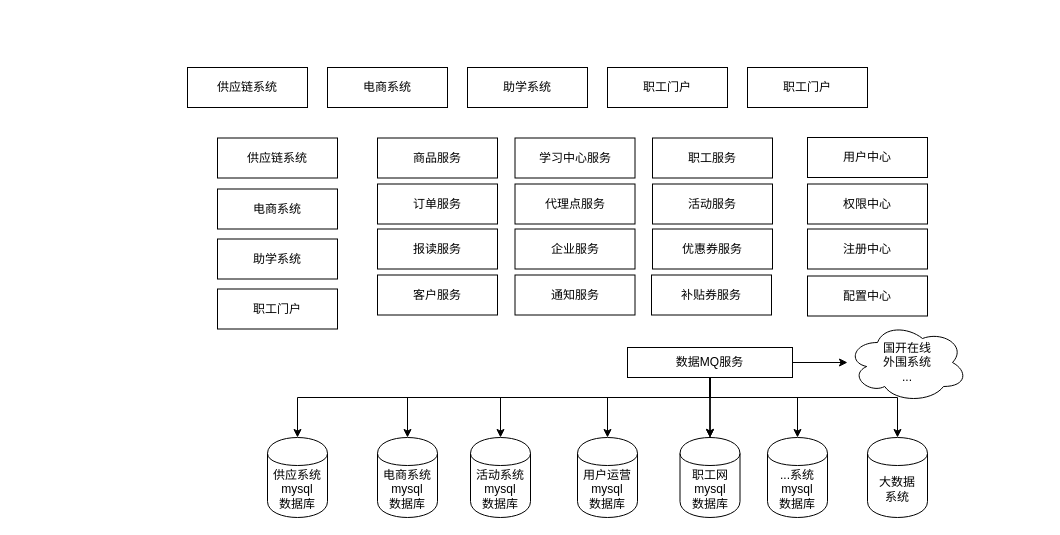
Above: page "Page-3" (3 of 4) of workeredu/求学圆梦项目流程.drawio in kinvensan/drawio (draw.io), before the change. Source tidied: cells renumbered, new cells numbered last; positions are measured from the earlier drawing's top-left corner, leaving out a move shared by most shapes. Both pictures are drawn from the tidied source at 100%, with x=0, y=0 at pixel (187, 67).
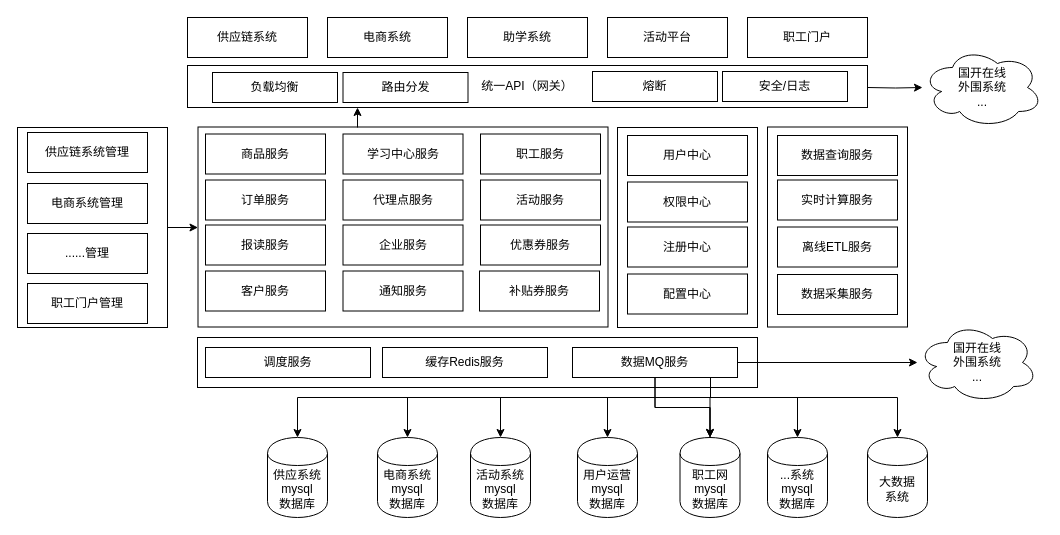
Above is the later version.

Commit message:
Update 求学圆梦项目流程.drawio

Diff of the diagram source:
```diff
@@
+    <mxCell id="45" style="rounded=0;whiteSpace=wrap;html=1;" parent="1" vertex="1">
+      <mxGeometry x="10" y="270" width="560" height="50" as="geometry" />
+    </mxCell>
+    <mxCell id="46" style="edgeStyle=orthogonalEdgeStyle;rounded=0;jettySize=auto;html=1;exitX=1;exitY=0.5;exitDx=0;exitDy=0;entryX=0;entryY=0.5;entryDx=0;entryDy=0;" parent="1" edge="1" source="47" target="49">
+      <mxGeometry relative="1" as="geometry" />
+    </mxCell>
+    <mxCell id="47" style="rounded=0;whiteSpace=wrap;html=1;" parent="1" vertex="1">
+      <mxGeometry x="-170" y="60" width="150" height="200" as="geometry" />
+    </mxCell>
+    <mxCell id="48" style="rounded=0;whiteSpace=wrap;html=1;" parent="1" vertex="1">
+      <mxGeometry x="430" y="60" width="140" height="200" as="geometry" />
+    </mxCell>
+    <mxCell id="49" style="rounded=0;whiteSpace=wrap;html=1;" parent="1" vertex="1">
+      <mxGeometry x="10.5" y="59.5" width="410" height="200" as="geometry" />
+    </mxCell>
     <mxCell id="2" value="代理点服务" style="rounded=0;whiteSpace=wrap;html=1;" parent="1" vertex="1">
-      <mxGeometry x="327.5" y="116.5" width="120" height="40" as="geometry" />
+      <mxGeometry x="155.5" y="112.5" width="120" height="40" as="geometry" />
     </mxCell>
     <mxCell id="3" value="商品服务" style="rounded=0;whiteSpace=wrap;html=1;" parent="1" vertex="1">
-      <mxGeometry x="190" y="70.5" width="120" height="40" as="geometry" />
+      <mxGeometry x="18" y="66.5" width="120" height="40" as="geometry" />
     </mxCell>
     <mxCell id="4" value="订单服务" style="rounded=0;whiteSpace=wrap;html=1;" parent="1" vertex="1">
-      <mxGeometry x="190" y="116.5" width="120" height="40" as="geometry" />
+      <mxGeometry x="18" y="112.5" width="120" height="40" as="geometry" />
     </mxCell>
     <mxCell id="5" value="报读服务" style="rounded=0;whiteSpace=wrap;html=1;" parent="1" vertex="1">
-      <mxGeometry x="190" y="161.5" width="120" height="40" as="geometry" />
+      <mxGeometry x="18" y="157.5" width="120" height="40" as="geometry" />
     </mxCell>
     <mxCell id="6" value="企业服务" style="rounded=0;whiteSpace=wrap;html=1;" parent="1" vertex="1">
-      <mxGeometry x="327.5" y="161.5" width="120" height="40" as="geometry" />
+      <mxGeometry x="155.5" y="157.5" width="120" height="40" as="geometry" />
     </mxCell>
@@
     <mxCell id="13" value="国开在线&lt;br&gt;外围系统&lt;br&gt;..." style="ellipse;shape=cloud;whiteSpace=wrap;html=1;" parent="1" vertex="1">
-      <mxGeometry x="660" y="255" width="120" height="80" as="geometry" />
+      <mxGeometry x="730" y="255" width="120" height="80" as="geometry" />
     </mxCell>
@@
     <mxCell id="22" value="数据MQ服务" style="rounded=0;whiteSpace=wrap;html=1;" parent="1" vertex="1">
-      <mxGeometry x="440" y="280" width="165" height="30" as="geometry" />
+      <mxGeometry x="385" y="280" width="165" height="30" as="geometry" />
     </mxCell>
@@
     <mxCell id="25" value="客户服务" style="rounded=0;whiteSpace=wrap;html=1;" parent="1" vertex="1">
-      <mxGeometry x="190" y="207.5" width="120" height="40" as="geometry" />
+      <mxGeometry x="18" y="203.5" width="120" height="40" as="geometry" />
     </mxCell>
     <mxCell id="26" value="通知服务" style="rounded=0;whiteSpace=wrap;html=1;" parent="1" vertex="1">
-      <mxGeometry x="327.5" y="207.5" width="120" height="40" as="geometry" />
+      <mxGeometry x="155.5" y="203.5" width="120" height="40" as="geometry" />
     </mxCell>
     <mxCell id="27" value="学习中心服务" style="rounded=0;whiteSpace=wrap;html=1;" parent="1" vertex="1">
-      <mxGeometry x="327.5" y="70.5" width="120" height="40" as="geometry" />
+      <mxGeometry x="155.5" y="66.5" width="120" height="40" as="geometry" />
     </mxCell>
     <mxCell id="28" value="职工服务" style="rounded=0;whiteSpace=wrap;html=1;" parent="1" vertex="1">
-      <mxGeometry x="465" y="70.5" width="120" height="40" as="geometry" />
+      <mxGeometry x="293" y="66.5" width="120" height="40" as="geometry" />
     </mxCell>
-    <mxCell id="29" value="供应链系统" style="rounded=0;whiteSpace=wrap;html=1;" parent="1" vertex="1">
-      <mxGeometry x="30" y="70.5" width="120" height="40" as="geometry" />
+    <mxCell id="29" value="供应链系统管理" style="rounded=0;whiteSpace=wrap;html=1;" parent="1" vertex="1">
+      <mxGeometry x="-160" y="65" width="120" height="40" as="geometry" />
     </mxCell>
     <mxCell id="30" value="活动服务" style="rounded=0;whiteSpace=wrap;html=1;" parent="1" vertex="1">
-      <mxGeometry x="465" y="116.5" width="120" height="40" as="geometry" />
+      <mxGeometry x="293" y="112.5" width="120" height="40" as="geometry" />
     </mxCell>
     <mxCell id="31" value="优惠券服务" style="rounded=0;whiteSpace=wrap;html=1;" parent="1" vertex="1">
-      <mxGeometry x="465" y="161.5" width="120" height="40" as="geometry" />
+      <mxGeometry x="293" y="157.5" width="120" height="40" as="geometry" />
     </mxCell>
     <mxCell id="32" value="补贴券服务" style="rounded=0;whiteSpace=wrap;html=1;" parent="1" vertex="1">
-      <mxGeometry x="464" y="207.5" width="120" height="40" as="geometry" />
+      <mxGeometry x="292" y="203.5" width="120" height="40" as="geometry" />
     </mxCell>
-    <mxCell id="33" value="电商系统" style="rounded=0;whiteSpace=wrap;html=1;" parent="1" vertex="1">
-      <mxGeometry x="30" y="121.5" width="120" height="40" as="geometry" />
+    <mxCell id="33" value="电商系统管理" style="rounded=0;whiteSpace=wrap;html=1;" parent="1" vertex="1">
+      <mxGeometry x="-160" y="116" width="120" height="40" as="geometry" />
     </mxCell>
-    <mxCell id="34" value="助学系统" style="rounded=0;whiteSpace=wrap;html=1;" parent="1" vertex="1">
-      <mxGeometry x="30" y="171.5" width="120" height="40" as="geometry" />
+    <mxCell id="34" value="......管理" style="rounded=0;whiteSpace=wrap;html=1;" parent="1" vertex="1">
+      <mxGeometry x="-160" y="166" width="120" height="40" as="geometry" />
     </mxCell>
-    <mxCell id="35" value="职工门户" style="rounded=0;whiteSpace=wrap;html=1;" parent="1" vertex="1">
-      <mxGeometry x="30" y="221.5" width="120" height="40" as="geometry" />
+    <mxCell id="35" value="职工门户管理" style="rounded=0;whiteSpace=wrap;html=1;" parent="1" vertex="1">
+      <mxGeometry x="-160" y="216" width="120" height="40" as="geometry" />
     </mxCell>
     <mxCell id="36" value="用户中心" style="rounded=0;whiteSpace=wrap;html=1;" parent="1" vertex="1">
-      <mxGeometry x="620" y="70" width="120" height="40" as="geometry" />
+      <mxGeometry x="440" y="68" width="120" height="40" as="geometry" />
     </mxCell>
     <mxCell id="37" value="权限中心" style="rounded=0;whiteSpace=wrap;html=1;" parent="1" vertex="1">
-      <mxGeometry x="620" y="116.5" width="120" height="40" as="geometry" />
+      <mxGeometry x="440" y="114.5" width="120" height="40" as="geometry" />
     </mxCell>
     <mxCell id="38" value="注册中心" style="rounded=0;whiteSpace=wrap;html=1;" parent="1" vertex="1">
-      <mxGeometry x="620" y="161.5" width="120" height="40" as="geometry" />
+      <mxGeometry x="440" y="159.5" width="120" height="40" as="geometry" />
     </mxCell>
     <mxCell id="39" value="配置中心" style="rounded=0;whiteSpace=wrap;html=1;" parent="1" vertex="1">
-      <mxGeometry x="620" y="208.5" width="120" height="40" as="geometry" />
+      <mxGeometry x="440" y="206.5" width="120" height="40" as="geometry" />
     </mxCell>
     <mxCell id="40" value="供应链系统" style="rounded=0;whiteSpace=wrap;html=1;" parent="1" vertex="1">
-      <mxGeometry width="120" height="40" as="geometry" />
+      <mxGeometry y="-50" width="120" height="40" as="geometry" />
     </mxCell>
     <mxCell id="41" value="电商系统" style="rounded=0;whiteSpace=wrap;html=1;" parent="1" vertex="1">
-      <mxGeometry x="140" width="120" height="40" as="geometry" />
+      <mxGeometry x="140" y="-50" width="120" height="40" as="geometry" />
     </mxCell>
     <mxCell id="42" value="助学系统" style="rounded=0;whiteSpace=wrap;html=1;" parent="1" vertex="1">
-      <mxGeometry x="280" width="120" height="40" as="geometry" />
+      <mxGeometry x="280" y="-50" width="120" height="40" as="geometry" />
     </mxCell>
-    <mxCell id="43" value="职工门户" style="rounded=0;whiteSpace=wrap;html=1;" parent="1" vertex="1">
-      <mxGeometry x="420" width="120" height="40" as="geometry" />
+    <mxCell id="43" value="活动平台" style="rounded=0;whiteSpace=wrap;html=1;" parent="1" vertex="1">
+      <mxGeometry x="420" y="-50" width="120" height="40" as="geometry" />
     </mxCell>
     <mxCell id="44" value="职工门户" style="rounded=0;whiteSpace=wrap;html=1;" parent="1" vertex="1">
-      <mxGeometry x="560" width="120" height="40" as="geometry" />
+      <mxGeometry x="560" y="-50" width="120" height="40" as="geometry" />
     </mxCell>
+    <mxCell id="50" value="统一API（网关）" style="rounded=0;whiteSpace=wrap;html=1;" parent="1" vertex="1">
+      <mxGeometry y="-2" width="680" height="42" as="geometry" />
+    </mxCell>
+    <mxCell id="51" value="国开在线&lt;br&gt;外围系统&lt;br&gt;..." style="ellipse;shape=cloud;whiteSpace=wrap;html=1;" parent="1" vertex="1">
+      <mxGeometry x="735" y="-20" width="120" height="80" as="geometry" />
+    </mxCell>
+    <mxCell id="52" style="edgeStyle=orthogonalEdgeStyle;rounded=0;jettySize=auto;html=1;" parent="1" edge="1" target="51">
+      <mxGeometry relative="1" as="geometry">
+        <mxPoint x="680" y="20" as="sourcePoint" />
+      </mxGeometry>
+    </mxCell>
+    <mxCell id="53" value="缓存Redis服务" style="rounded=0;whiteSpace=wrap;html=1;" parent="1" vertex="1">
+      <mxGeometry x="195" y="280" width="165" height="30" as="geometry" />
+    </mxCell>
+    <mxCell id="54" value="调度服务" style="rounded=0;whiteSpace=wrap;html=1;" parent="1" vertex="1">
+      <mxGeometry x="18" y="280" width="165" height="30" as="geometry" />
+    </mxCell>
+    <mxCell id="55" value="熔断" style="rounded=0;whiteSpace=wrap;html=1;" parent="1" vertex="1">
+      <mxGeometry x="405" y="4" width="125" height="30" as="geometry" />
+    </mxCell>
+    <mxCell id="56" value="负载均衡" style="rounded=0;whiteSpace=wrap;html=1;" parent="1" vertex="1">
+      <mxGeometry x="25" y="5" width="125" height="30" as="geometry" />
+    </mxCell>
+    <mxCell id="57" value="路由分发" style="rounded=0;whiteSpace=wrap;html=1;" parent="1" vertex="1">
+      <mxGeometry x="155.5" y="5" width="125" height="30" as="geometry" />
+    </mxCell>
+    <mxCell id="58" value="安全/日志" style="rounded=0;whiteSpace=wrap;html=1;" parent="1" vertex="1">
+      <mxGeometry x="535" y="4" width="125" height="30" as="geometry" />
+    </mxCell>
+    <mxCell id="59" style="rounded=0;whiteSpace=wrap;html=1;" parent="1" vertex="1">
+      <mxGeometry x="580" y="59.5" width="140" height="200" as="geometry" />
+    </mxCell>
+    <mxCell id="60" value="离线ETL服务" style="rounded=0;whiteSpace=wrap;html=1;" parent="1" vertex="1">
+      <mxGeometry x="590" y="159.5" width="120" height="40" as="geometry" />
+    </mxCell>
+    <mxCell id="61" value="实时计算服务" style="rounded=0;whiteSpace=wrap;html=1;" parent="1" vertex="1">
+      <mxGeometry x="590" y="112.5" width="120" height="40" as="geometry" />
+    </mxCell>
+    <mxCell id="62" value="数据查询服务" style="rounded=0;whiteSpace=wrap;html=1;" parent="1" vertex="1">
+      <mxGeometry x="590" y="68" width="120" height="40" as="geometry" />
+    </mxCell>
+    <mxCell id="63" value="数据采集服务" style="rounded=0;whiteSpace=wrap;html=1;" parent="1" vertex="1">
+      <mxGeometry x="590" y="207" width="120" height="40" as="geometry" />
+    </mxCell>
+    <mxCell id="64" style="endArrow=classic;html=1;" parent="1" edge="1">
+      <mxGeometry relative="1" as="geometry">
+        <mxPoint x="170" y="60" as="sourcePoint" />
+        <mxPoint x="170" y="40" as="targetPoint" />
+      </mxGeometry>
+    </mxCell>
```
